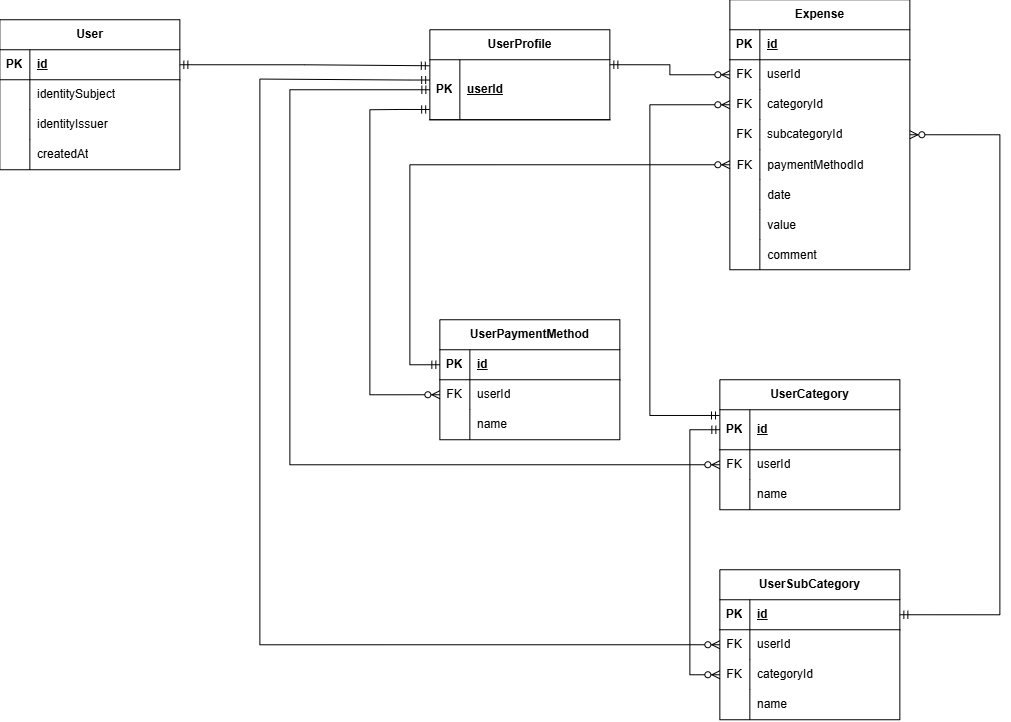
Earlier version of the draw.io export docs/erd.png (sebap09/easy-expenses-api). Source tidied: cells renumbered, new cells last; positions are measured from the earlier drawing's top-left corner, leaving out a move shared by most shapes.
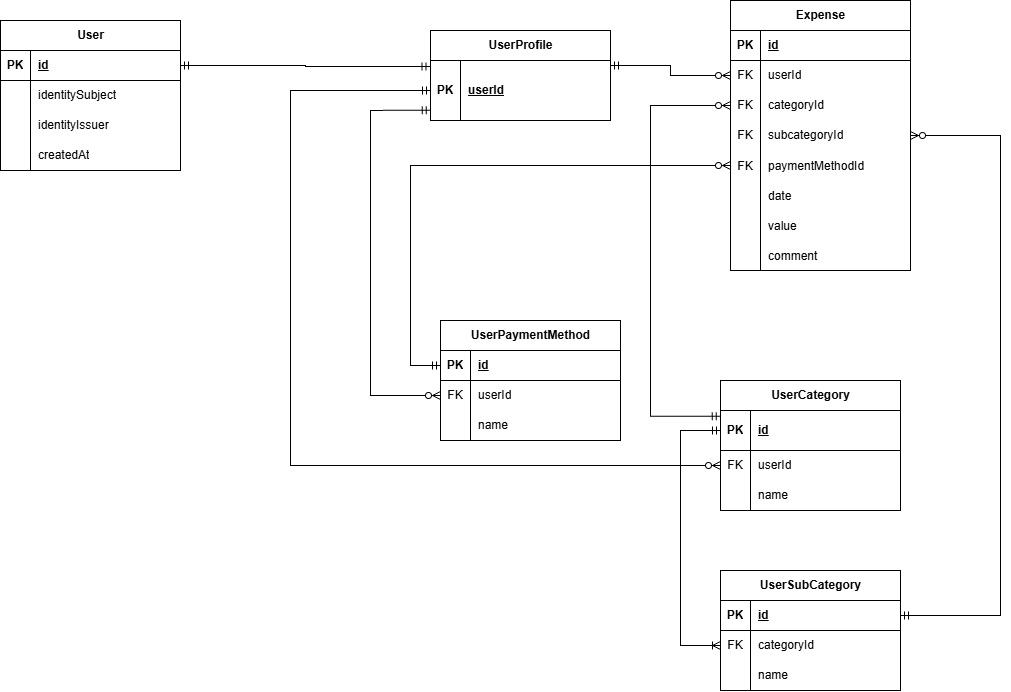
After the commit.

What changed in the source:
```diff
@@ -108,7 +108,7 @@
       <mxGeometry x="30" width="150" height="30" as="geometry" />
     </mxCell>
     <mxCell id="37" value="UserSubCategory" style="shape=table;startSize=30;rowLines=0;fontStyle=1;align=center;html=1;" parent="1" vertex="1">
-      <mxGeometry x="720" y="570" width="180" height="150" as="geometry" />
+      <mxGeometry x="720" y="570" width="180" height="120" as="geometry" />
     </mxCell>
     <mxCell id="38" style="shape=tableRow;horizontal=0;startSize=0;swimlaneHead=0;swimlaneBody=0;fillColor=none;points=[[0,0.5],[1,0.5]];portConstraint=eastwest;top=0;left=0;right=0;bottom=1;" parent="37" vertex="1">
       <mxGeometry y="30" width="180" height="30" as="geometry" />
@@ -119,17 +119,8 @@
     <mxCell id="40" value="id" style="shape=partialRectangle;fillColor=none;top=0;left=0;bottom=0;right=0;align=left;spacingLeft=6;fontStyle=5;overflow=hidden;whiteSpace=wrap;html=1;" parent="38" vertex="1">
       <mxGeometry x="30" width="150" height="30" as="geometry" />
     </mxCell>
-    <mxCell id="41" style="shape=tableRow;horizontal=0;startSize=0;swimlaneHead=0;swimlaneBody=0;fillColor=none;points=[[0,0.5],[1,0.5]];portConstraint=eastwest;top=0;left=0;right=0;bottom=0;" parent="37" vertex="1">
-      <mxGeometry y="60" width="180" height="30" as="geometry" />
-    </mxCell>
-    <mxCell id="42" value="FK" style="shape=partialRectangle;fillColor=none;top=0;left=0;bottom=0;right=0;overflow=hidden;whiteSpace=wrap;html=1;" parent="41" vertex="1">
-      <mxGeometry width="30" height="30" as="geometry" />
-    </mxCell>
-    <mxCell id="43" value="userId" style="shape=partialRectangle;fillColor=none;top=0;left=0;bottom=0;right=0;align=left;spacingLeft=6;overflow=hidden;whiteSpace=wrap;html=1;" parent="41" vertex="1">
-      <mxGeometry x="30" width="150" height="30" as="geometry" />
-    </mxCell>
     <mxCell id="44" style="shape=tableRow;horizontal=0;startSize=0;swimlaneHead=0;swimlaneBody=0;fillColor=none;points=[[0,0.5],[1,0.5]];portConstraint=eastwest;top=0;left=0;right=0;bottom=0;" parent="37" vertex="1">
-      <mxGeometry y="90" width="180" height="30" as="geometry" />
+      <mxGeometry y="60" width="180" height="30" as="geometry" />
     </mxCell>
     <mxCell id="45" value="FK" style="shape=partialRectangle;fillColor=none;top=0;left=0;bottom=0;right=0;overflow=hidden;whiteSpace=wrap;html=1;" parent="44" vertex="1">
       <mxGeometry width="30" height="30" as="geometry" />
@@ -138,7 +129,7 @@
       <mxGeometry x="30" width="150" height="30" as="geometry" />
     </mxCell>
     <mxCell id="47" style="shape=tableRow;horizontal=0;startSize=0;swimlaneHead=0;swimlaneBody=0;fillColor=none;top=0;left=0;right=0;bottom=0;" parent="37" vertex="1">
-      <mxGeometry y="120" width="180" height="30" as="geometry" />
+      <mxGeometry y="90" width="180" height="30" as="geometry" />
     </mxCell>
     <mxCell id="48" style="shape=partialRectangle;fillColor=none;top=0;left=0;bottom=0;right=0;overflow=hidden;whiteSpace=wrap;html=1;" parent="47" vertex="1">
       <mxGeometry width="30" height="30" as="geometry" />
@@ -249,14 +240,6 @@
         </Array>
       </mxGeometry>
     </mxCell>
-    <mxCell id="81" style="edgeStyle=orthogonalEdgeStyle;fontSize=12;html=1;endArrow=ERzeroToMany;startArrow=ERmandOne;rounded=0;entryX=0;entryY=0.5;entryDx=0;entryDy=0;exitX=0;exitY=0.5;exitDx=0;exitDy=0;" parent="1" edge="1" source="28" target="44">
-      <mxGeometry relative="1" as="geometry">
-        <Array as="points">
-          <mxPoint x="690" y="430" />
-          <mxPoint x="690" y="674.9" />
-        </Array>
-      </mxGeometry>
-    </mxCell>
     <mxCell id="82" style="edgeStyle=orthogonalEdgeStyle;fontSize=12;html=1;endArrow=ERzeroToMany;startArrow=ERmandOne;rounded=0;exitX=0;exitY=0.5;exitDx=0;exitDy=0;entryX=0;entryY=0.5;entryDx=0;entryDy=0;" parent="1" edge="1" source="51" target="15">
       <mxGeometry relative="1" as="geometry">
         <Array as="points">
@@ -282,14 +265,13 @@
         </Array>
       </mxGeometry>
     </mxCell>
-    <mxCell id="85" style="edgeStyle=orthogonalEdgeStyle;fontSize=12;html=1;endArrow=ERzeroToMany;startArrow=ERmandOne;rounded=0;elbow=vertical;entryX=0;entryY=0.5;entryDx=0;entryDy=0;exitX=-0.001;exitY=0.338;exitDx=0;exitDy=0;exitPerimeter=0;" parent="1" edge="1" source="74" target="41">
-      <mxGeometry relative="1" as="geometry">
-        <Array as="points">
-          <mxPoint x="410" y="80.3" />
-          <mxPoint x="260" y="79.3" />
-          <mxPoint x="260" y="645" />
-        </Array>
-      </mxGeometry>
-    </mxCell>
+    <mxCell id="81" style="edgeStyle=orthogonalEdgeStyle;fontSize=12;html=1;endArrow=ERoneToMany;startArrow=ERmandOne;rounded=0;defaultLabelBackgroundColor=page;exitX=0;exitY=0.5;exitDx=0;exitDy=0;entryX=0;entryY=0.5;entryDx=0;entryDy=0;" parent="1" edge="1" source="28" target="44">
+      <mxGeometry x="0.22" relative="1" as="geometry">
+        <Array as="points">
+          <mxPoint x="680" y="429.9" />
+          <mxPoint x="680" y="645" />
+        </Array>
+      </mxGeometry>
+    </mxCell>
   </root>
 </mxGraphModel>
```
